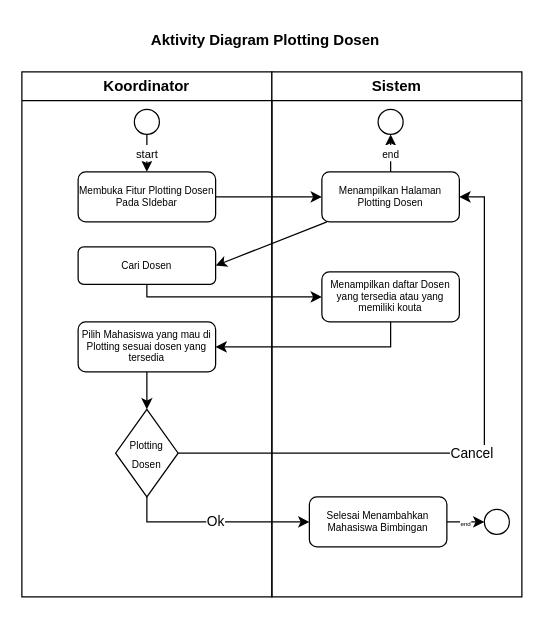
Earlier version of the draw.io diagram Website Bimbingan Online/Activity Diagram/plotting dosen.drawio (BagusCPaste/draw.io). Source tidied: cells renumbered, new cells numbered last; positions are measured from the earlier drawing's top-left corner, leaving out a move shared by most shapes. Both pictures are drawn from the tidied source at 125%, with x=0, y=0 at pixel (21, 21).
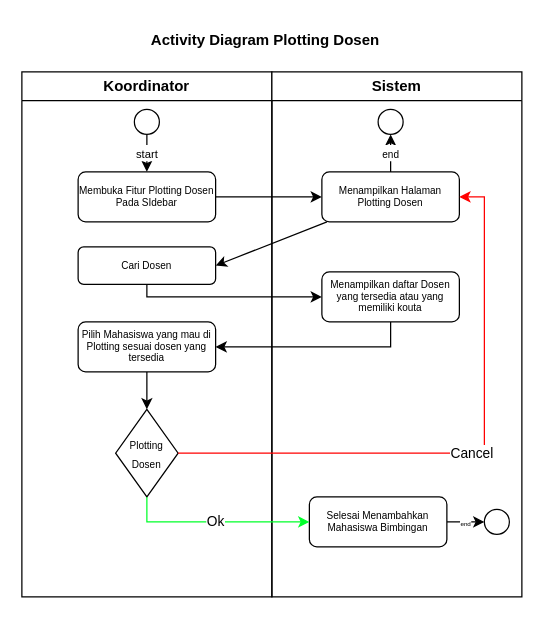
The same page after the edit.

Unchanged cells that the change refers to:
```xml
<mxCell id="9" value="&lt;font style=&quot;font-size: 8px;&quot;&gt;Plotting Dosen&lt;/font&gt;" style="rhombus;whiteSpace=wrap;html=1;" parent="2" vertex="1">
  <mxGeometry x="75" y="270" width="50" height="70" as="geometry" />
</mxCell>
<mxCell id="12" value="Menampilkan Halaman Plotting Dosen" style="rounded=1;whiteSpace=wrap;html=1;fontSize=8;" parent="10" vertex="1">
  <mxGeometry x="40" y="80" width="110" height="40" as="geometry" />
</mxCell>
<mxCell id="16" value="Selesai Menambahkan Mahasiswa Bimbingan" style="rounded=1;whiteSpace=wrap;html=1;fontSize=8;" parent="10" vertex="1">
  <mxGeometry x="30" y="340" width="110" height="40" as="geometry" />
</mxCell>
```

What changed in the source:
```diff
@@
-    <mxCell id="18" value="&lt;b&gt;Aktivity Diagram Plotting Dosen&lt;/b&gt;" style="text;html=1;align=center;verticalAlign=middle;whiteSpace=wrap;rounded=0;" parent="1" vertex="1">
+    <mxCell id="18" value="&lt;b&gt;Activity Diagram Plotting Dosen&lt;/b&gt;" style="text;html=1;align=center;verticalAlign=middle;whiteSpace=wrap;rounded=0;" parent="1" vertex="1">
       <mxGeometry x="90" width="210" height="30" as="geometry" />
     </mxCell>
@@
-    <mxCell id="22" value="Cancel" style="edgeStyle=orthogonalEdgeStyle;rounded=0;jettySize=auto;html=1;entryX=1;entryY=0.5;entryDx=0;entryDy=0;" parent="1" edge="1" source="9" target="12">
+    <mxCell id="22" value="Cancel" style="edgeStyle=orthogonalEdgeStyle;rounded=0;jettySize=auto;html=1;entryX=1;entryY=0.5;entryDx=0;entryDy=0;strokeColor=#FF0000;" parent="1" edge="1" source="9" target="12">
       <mxGeometry relative="1" as="geometry">
         <Array as="points">
           <mxPoint x="370" y="345" />
           <mxPoint x="370" y="140" />
         </Array>
       </mxGeometry>
     </mxCell>
-    <mxCell id="23" value="Ok" style="edgeStyle=orthogonalEdgeStyle;rounded=0;jettySize=auto;html=1;exitX=0.5;exitY=1;exitDx=0;exitDy=0;entryX=0;entryY=0.5;entryDx=0;entryDy=0;" parent="1" edge="1" source="9" target="16">
+    <mxCell id="23" value="Ok" style="edgeStyle=orthogonalEdgeStyle;rounded=0;jettySize=auto;html=1;exitX=0.5;exitY=1;exitDx=0;exitDy=0;entryX=0;entryY=0.5;entryDx=0;entryDy=0;strokeColor=#00ff2a;" parent="1" edge="1" source="9" target="16">
       <mxGeometry relative="1" as="geometry" />
     </mxCell>
```
